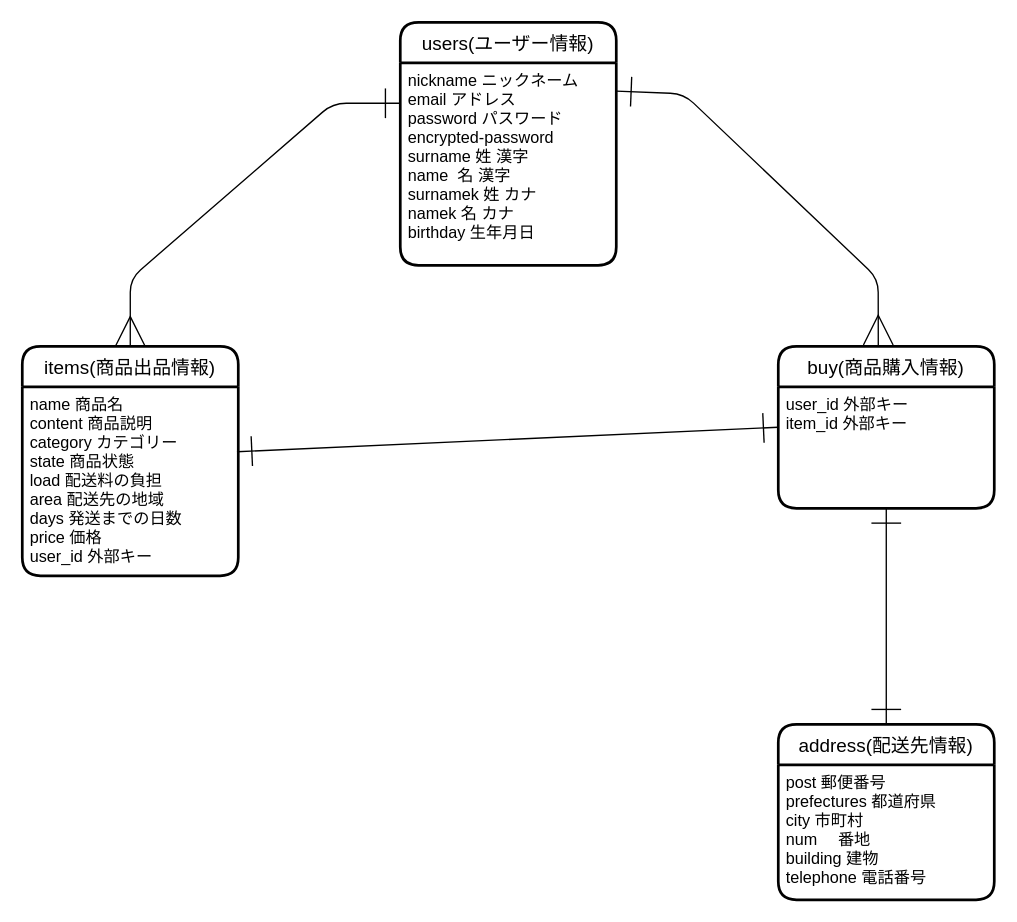
The draw.io diagram test.dio in arakikeita/furima-38559, before the edit. Source tidied: cells renumbered, new cells numbered last; positions are measured from the earlier drawing's top-left corner, leaving out a move shared by most shapes. Both pictures are drawn from the tidied source at 135%, with x=0, y=0 at pixel (22, 22).
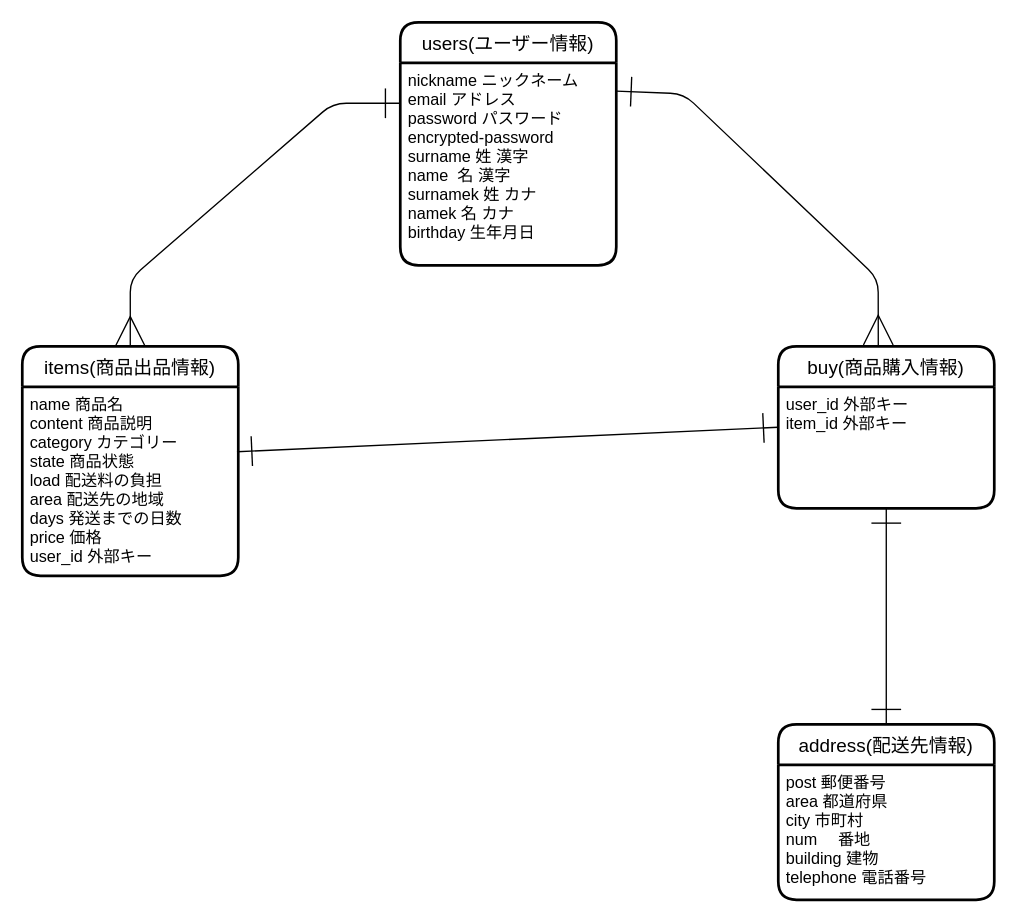
Above is the later version.

Commit message (it also covers changes not shown here):
DB設計の修正　３回目

What changed in the source:
```diff
@@
 <mxGraphModel>
   <root>
     <mxCell id="0" />
     <mxCell id="1" parent="0" />
     <mxCell id="2" value="users(ユーザー情報)" style="swimlane;horizontal=1;startSize=30;rounded=1;fontSize=14;fontStyle=0;strokeWidth=2;shadow=0;dashed=0;align=center;" parent="1" vertex="1">
       <mxGeometry x="280" width="160" height="180" as="geometry" />
     </mxCell>
     <mxCell id="3" value="nickname ニックネーム&#10;email アドレス&#10;password パスワード&#10;encrypted-password&#10;surname 姓 漢字&#10;name  名 漢字&#10;surnamek 姓 カナ&#10;namek 名 カナ&#10;birthday 生年月日" style="align=left;strokeColor=none;fillColor=none;spacingLeft=4;fontSize=12;verticalAlign=top;" parent="2" vertex="1">
       <mxGeometry y="30" width="160" height="150" as="geometry" />
     </mxCell>
     <mxCell id="4" value="items(商品出品情報)" style="swimlane;horizontal=1;startSize=30;rounded=1;fontSize=14;fontStyle=0;strokeWidth=2;shadow=0;dashed=0;align=center;" parent="1" vertex="1">
       <mxGeometry y="240" width="160" height="170" as="geometry" />
     </mxCell>
     <mxCell id="5" value="name 商品名&#10;content 商品説明&#10;category カテゴリー&#10;state 商品状態&#10;load 配送料の負担&#10;area 配送先の地域&#10;days 発送までの日数&#10;price 価格&#10;user_id 外部キー" style="align=left;strokeColor=none;fillColor=none;spacingLeft=4;fontSize=12;verticalAlign=top;" parent="4" vertex="1">
       <mxGeometry y="30" width="160" height="140" as="geometry" />
     </mxCell>
     <mxCell id="6" value="buy(商品購入情報)" style="swimlane;horizontal=1;startSize=30;rounded=1;fontSize=14;fontStyle=0;strokeWidth=2;shadow=0;dashed=0;align=center;" parent="1" vertex="1">
       <mxGeometry x="560" y="240" width="160" height="120" as="geometry" />
     </mxCell>
     <mxCell id="7" value="user_id 外部キー&#10;item_id 外部キー" style="align=left;strokeColor=none;fillColor=none;spacingLeft=4;fontSize=12;verticalAlign=top;" parent="6" vertex="1">
       <mxGeometry y="30" width="160" height="90" as="geometry" />
     </mxCell>
     <mxCell id="8" value="address(配送先情報)" style="swimlane;horizontal=1;startSize=30;rounded=1;fontSize=14;fontStyle=0;strokeWidth=2;shadow=0;dashed=0;align=center;" parent="1" vertex="1">
       <mxGeometry x="560" y="520" width="160" height="130" as="geometry" />
     </mxCell>
-    <mxCell id="9" value="post 郵便番号&#10;prefectures 都道府県&#10;city 市町村&#10;num 　番地&#10;building 建物&#10;telephone 電話番号&#10;" style="align=left;strokeColor=none;fillColor=none;spacingLeft=4;fontSize=12;verticalAlign=top;" parent="8" vertex="1">
+    <mxCell id="9" value="post 郵便番号&#10;area 都道府県&#10;city 市町村&#10;num 　番地&#10;building 建物&#10;telephone 電話番号&#10;" style="align=left;strokeColor=none;fillColor=none;spacingLeft=4;fontSize=12;verticalAlign=top;" parent="8" vertex="1">
       <mxGeometry y="30" width="160" height="100" as="geometry" />
     </mxCell>
     <mxCell id="10" style="endArrow=ERone;startArrow=ERmany;html=1;entryX=0;entryY=0.2;entryDx=0;entryDy=0;endFill=0;startFill=0;endSize=20;startSize=20;entryPerimeter=0;" parent="1" edge="1" target="3">
       <mxGeometry relative="1" as="geometry">
         <mxPoint x="80" y="240" as="sourcePoint" />
         <Array as="points">
           <mxPoint x="80" y="190" />
           <mxPoint x="230" y="60" />
         </Array>
       </mxGeometry>
     </mxCell>
     <mxCell id="11" style="endArrow=ERmany;startArrow=ERone;html=1;startSize=20;endSize=20;entryX=0.463;entryY=-0.008;entryDx=0;entryDy=0;entryPerimeter=0;exitX=1;exitY=0.14;exitDx=0;exitDy=0;endFill=0;startFill=0;exitPerimeter=0;" parent="1" edge="1" source="3" target="6">
       <mxGeometry relative="1" as="geometry">
         <Array as="points">
           <mxPoint x="490" y="53" />
           <mxPoint x="634" y="190" />
         </Array>
       </mxGeometry>
     </mxCell>
     <mxCell id="12" style="endArrow=ERone;startArrow=ERone;html=1;startSize=20;endSize=20;entryX=0;entryY=0.5;entryDx=0;entryDy=0;exitX=0.994;exitY=0.344;exitDx=0;exitDy=0;exitPerimeter=0;endFill=0;startFill=0;" parent="1" edge="1" source="5" target="6">
       <mxGeometry relative="1" as="geometry" />
     </mxCell>
     <mxCell id="13" style="endArrow=ERone;startArrow=ERone;html=1;startSize=20;endSize=20;entryX=0.5;entryY=1;entryDx=0;entryDy=0;exitX=0.5;exitY=0;exitDx=0;exitDy=0;startFill=0;endFill=0;" parent="1" edge="1" source="8" target="7">
       <mxGeometry relative="1" as="geometry" />
     </mxCell>
   </root>
 </mxGraphModel>
```
